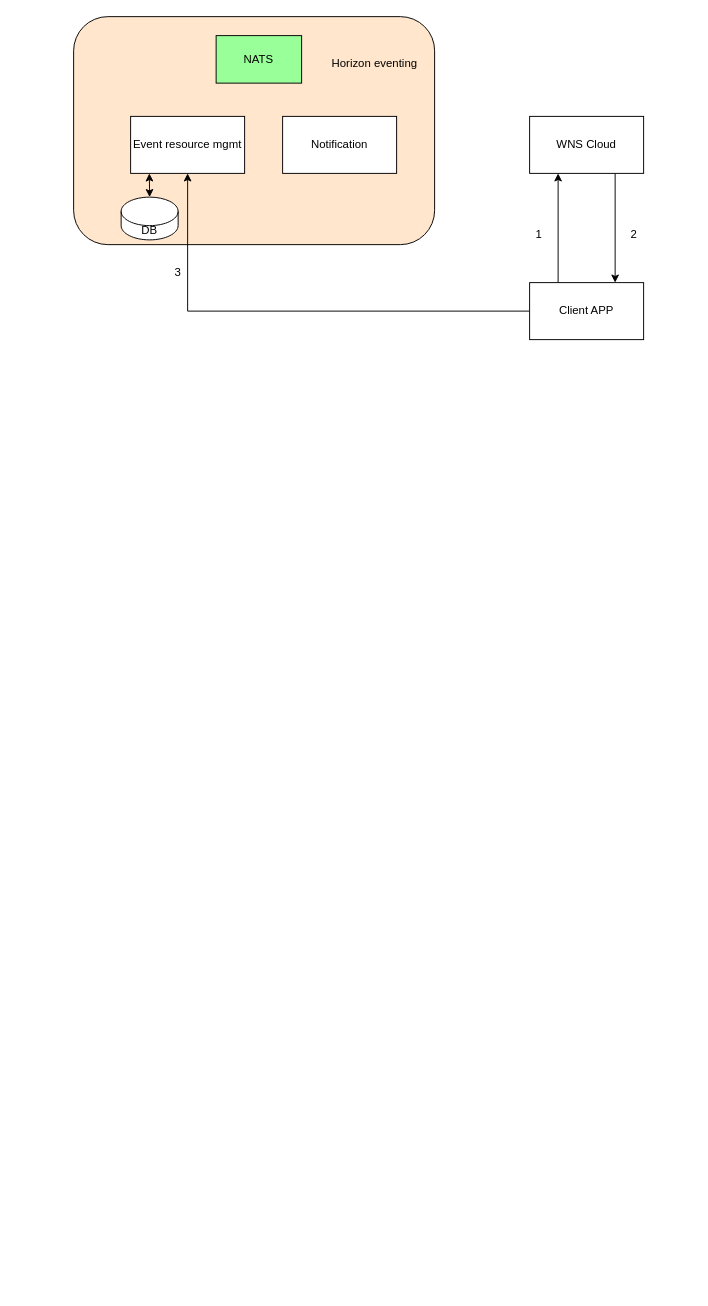
zhangwm1987/mydraw_io keeps this draw.io diagram as page "Page-8" (8 of 8) of HP/horizon_eventing.drawio. Above is the earlier version. Source tidied: cells renumbered, new cells numbered last; positions are measured from the earlier drawing's top-left corner, leaving out a move shared by most shapes. Both pictures are drawn from the tidied source at 95%, with x=0, y=0 at pixel (73, 16).
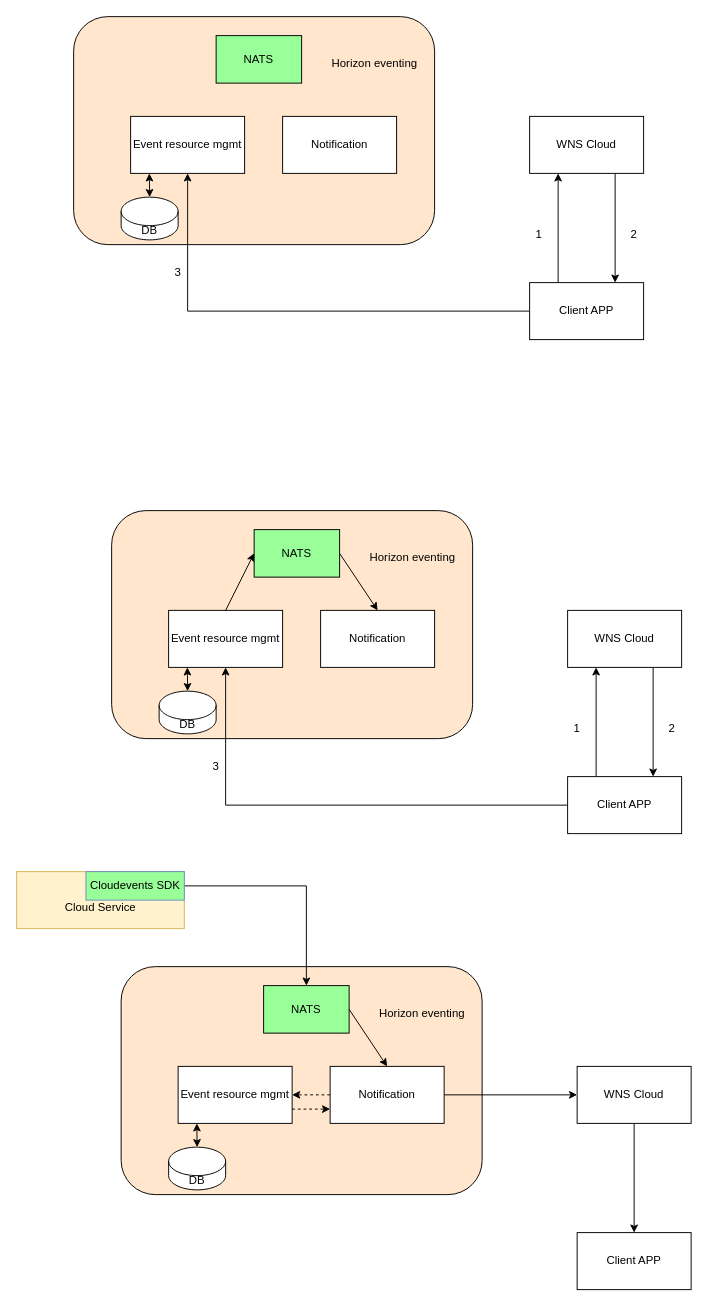
After the change.

Change to the diagram source:
```diff
@@
+    <mxCell id="17" style="rounded=1;whiteSpace=wrap;html=1;fillColor=#FFE6CC;" parent="1" vertex="1">
+      <mxGeometry x="40" y="520" width="380" height="240" as="geometry" />
+    </mxCell>
+    <mxCell id="18" value="Notification" style="rounded=0;whiteSpace=wrap;html=1;" parent="1" vertex="1">
+      <mxGeometry x="260" y="625" width="120" height="60" as="geometry" />
+    </mxCell>
+    <mxCell id="19" style="edgeStyle=orthogonalEdgeStyle;rounded=0;jettySize=auto;html=1;exitX=0.75;exitY=1;exitDx=0;exitDy=0;entryX=0.75;entryY=0;entryDx=0;entryDy=0;" parent="1" edge="1" source="20" target="22">
+      <mxGeometry relative="1" as="geometry" />
+    </mxCell>
+    <mxCell id="20" value="WNS Cloud" style="rounded=0;whiteSpace=wrap;html=1;" parent="1" vertex="1">
+      <mxGeometry x="520" y="625" width="120" height="60" as="geometry" />
+    </mxCell>
+    <mxCell id="21" style="edgeStyle=orthogonalEdgeStyle;rounded=0;jettySize=auto;html=1;exitX=0;exitY=0.5;exitDx=0;exitDy=0;entryX=0.5;entryY=1;entryDx=0;entryDy=0;" parent="1" edge="1" source="22" target="23">
+      <mxGeometry relative="1" as="geometry" />
+    </mxCell>
+    <mxCell id="22" value="Client APP" style="rounded=0;whiteSpace=wrap;html=1;" parent="1" vertex="1">
+      <mxGeometry x="520" y="800" width="120" height="60" as="geometry" />
+    </mxCell>
+    <mxCell id="23" value="Event resource mgmt" style="rounded=0;whiteSpace=wrap;html=1;" parent="1" vertex="1">
+      <mxGeometry x="100" y="625" width="120" height="60" as="geometry" />
+    </mxCell>
+    <mxCell id="24" style="endArrow=classic;html=1;exitX=0.25;exitY=0;exitDx=0;exitDy=0;" parent="1" edge="1" source="22">
+      <mxGeometry relative="1" as="geometry">
+        <mxPoint x="550" y="685" as="targetPoint" />
+      </mxGeometry>
+    </mxCell>
+    <mxCell id="25" value="1" style="text;html=1;strokeColor=none;fillColor=none;align=center;verticalAlign=middle;whiteSpace=wrap;rounded=0;" parent="1" vertex="1">
+      <mxGeometry x="510" y="740" width="40" height="20" as="geometry" />
+    </mxCell>
+    <mxCell id="26" value="2" style="text;html=1;strokeColor=none;fillColor=none;align=center;verticalAlign=middle;whiteSpace=wrap;rounded=0;" parent="1" vertex="1">
+      <mxGeometry x="610" y="740" width="40" height="20" as="geometry" />
+    </mxCell>
+    <mxCell id="27" value="3" style="text;html=1;strokeColor=none;fillColor=none;align=center;verticalAlign=middle;whiteSpace=wrap;rounded=0;" parent="1" vertex="1">
+      <mxGeometry x="130" y="780" width="40" height="20" as="geometry" />
+    </mxCell>
+    <mxCell id="28" value="Horizon eventing" style="text;html=1;strokeColor=none;fillColor=none;align=center;verticalAlign=middle;whiteSpace=wrap;rounded=0;" parent="1" vertex="1">
+      <mxGeometry x="310" y="560" width="94" height="20" as="geometry" />
+    </mxCell>
+    <mxCell id="29" value="NATS" style="rounded=0;whiteSpace=wrap;html=1;fillColor=#99FF99;" parent="1" vertex="1">
+      <mxGeometry x="190" y="540" width="90" height="50" as="geometry" />
+    </mxCell>
+    <mxCell id="30" value="DB" style="shape=cylinder3;whiteSpace=wrap;html=1;boundedLbl=1;backgroundOutline=1;size=15;" parent="1" vertex="1">
+      <mxGeometry x="90" y="710" width="60" height="45" as="geometry" />
+    </mxCell>
+    <mxCell id="31" style="endArrow=classic;startArrow=classic;html=1;" parent="1" edge="1">
+      <mxGeometry relative="1" as="geometry">
+        <mxPoint x="120" y="710" as="sourcePoint" />
+        <mxPoint x="119.7" y="685" as="targetPoint" />
+      </mxGeometry>
+    </mxCell>
+    <mxCell id="32" style="endArrow=classic;html=1;entryX=0;entryY=0.5;entryDx=0;entryDy=0;exitX=0.5;exitY=0;exitDx=0;exitDy=0;" parent="1" edge="1" source="23" target="29">
+      <mxGeometry relative="1" as="geometry" />
+    </mxCell>
+    <mxCell id="33" style="endArrow=classic;html=1;exitX=1;exitY=0.5;exitDx=0;exitDy=0;entryX=0.5;entryY=0;entryDx=0;entryDy=0;" parent="1" edge="1" source="29" target="18">
+      <mxGeometry relative="1" as="geometry" />
+    </mxCell>
+    <mxCell id="34" style="rounded=1;whiteSpace=wrap;html=1;fillColor=#FFE6CC;" parent="1" vertex="1">
+      <mxGeometry x="50" y="1000" width="380" height="240" as="geometry" />
+    </mxCell>
+    <mxCell id="35" style="edgeStyle=orthogonalEdgeStyle;rounded=0;jettySize=auto;html=1;exitX=1;exitY=0.5;exitDx=0;exitDy=0;entryX=0;entryY=0.5;entryDx=0;entryDy=0;" parent="1" edge="1" source="37" target="39">
+      <mxGeometry relative="1" as="geometry" />
+    </mxCell>
+    <mxCell id="36" style="edgeStyle=orthogonalEdgeStyle;rounded=0;jettySize=auto;html=1;exitX=0;exitY=0.5;exitDx=0;exitDy=0;entryX=1;entryY=0.5;entryDx=0;entryDy=0;dashed=1;" parent="1" edge="1" source="37" target="42">
+      <mxGeometry relative="1" as="geometry" />
+    </mxCell>
+    <mxCell id="37" value="Notification" style="rounded=0;whiteSpace=wrap;html=1;" parent="1" vertex="1">
+      <mxGeometry x="270" y="1105" width="120" height="60" as="geometry" />
+    </mxCell>
+    <mxCell id="38" style="edgeStyle=orthogonalEdgeStyle;rounded=0;jettySize=auto;html=1;exitX=0.5;exitY=1;exitDx=0;exitDy=0;" parent="1" edge="1" source="39" target="40">
+      <mxGeometry relative="1" as="geometry" />
+    </mxCell>
+    <mxCell id="39" value="WNS Cloud" style="rounded=0;whiteSpace=wrap;html=1;" parent="1" vertex="1">
+      <mxGeometry x="530" y="1105" width="120" height="60" as="geometry" />
+    </mxCell>
+    <mxCell id="40" value="Client APP" style="rounded=0;whiteSpace=wrap;html=1;" parent="1" vertex="1">
+      <mxGeometry x="530" y="1280" width="120" height="60" as="geometry" />
+    </mxCell>
+    <mxCell id="41" style="edgeStyle=orthogonalEdgeStyle;rounded=0;jettySize=auto;html=1;exitX=1;exitY=0.75;exitDx=0;exitDy=0;entryX=0;entryY=0.75;entryDx=0;entryDy=0;dashed=1;" parent="1" edge="1" source="42" target="37">
+      <mxGeometry relative="1" as="geometry" />
+    </mxCell>
+    <mxCell id="42" value="Event resource mgmt" style="rounded=0;whiteSpace=wrap;html=1;" parent="1" vertex="1">
+      <mxGeometry x="110" y="1105" width="120" height="60" as="geometry" />
+    </mxCell>
+    <mxCell id="43" value="Horizon eventing" style="text;html=1;strokeColor=none;fillColor=none;align=center;verticalAlign=middle;whiteSpace=wrap;rounded=0;" parent="1" vertex="1">
+      <mxGeometry x="320" y="1040" width="94" height="20" as="geometry" />
+    </mxCell>
+    <mxCell id="44" value="NATS" style="rounded=0;whiteSpace=wrap;html=1;fillColor=#99FF99;" parent="1" vertex="1">
+      <mxGeometry x="200" y="1020" width="90" height="50" as="geometry" />
+    </mxCell>
+    <mxCell id="45" value="DB" style="shape=cylinder3;whiteSpace=wrap;html=1;boundedLbl=1;backgroundOutline=1;size=15;" parent="1" vertex="1">
+      <mxGeometry x="100" y="1190" width="60" height="45" as="geometry" />
+    </mxCell>
+    <mxCell id="46" style="endArrow=classic;startArrow=classic;html=1;" parent="1" edge="1">
+      <mxGeometry relative="1" as="geometry">
+        <mxPoint x="130" y="1190" as="sourcePoint" />
+        <mxPoint x="129.7" y="1165" as="targetPoint" />
+      </mxGeometry>
+    </mxCell>
+    <mxCell id="47" style="endArrow=classic;html=1;exitX=1;exitY=0.5;exitDx=0;exitDy=0;entryX=0.5;entryY=0;entryDx=0;entryDy=0;" parent="1" edge="1" source="44" target="37">
+      <mxGeometry relative="1" as="geometry" />
+    </mxCell>
+    <mxCell id="48" value="&lt;br&gt;Cloud Service" style="rounded=0;whiteSpace=wrap;html=1;fillColor=#fff2cc;strokeColor=#d6b656;" parent="1" vertex="1">
+      <mxGeometry x="-60" y="900" width="176.5" height="60" as="geometry" />
+    </mxCell>
+    <mxCell id="49" style="edgeStyle=orthogonalEdgeStyle;rounded=0;jettySize=auto;html=1;exitX=1;exitY=0.5;exitDx=0;exitDy=0;" parent="1" edge="1" source="50" target="44">
+      <mxGeometry relative="1" as="geometry" />
+    </mxCell>
+    <mxCell id="50" value="Cloudevents SDK" style="rounded=0;whiteSpace=wrap;html=1;strokeColor=#6c8ebf;fillColor=#99FF99;" parent="1" vertex="1">
+      <mxGeometry x="13" y="900" width="103.5" height="30" as="geometry" />
+    </mxCell>
```
